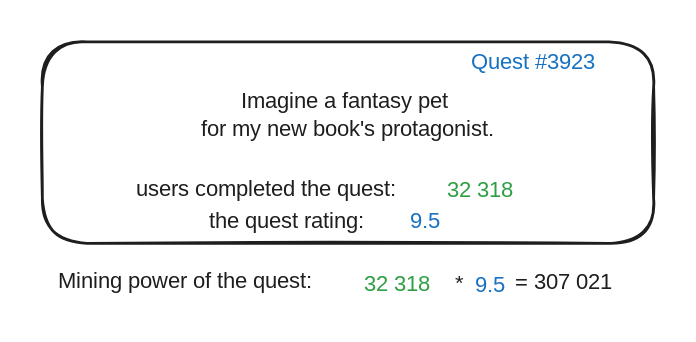
This is .gitbook/assets/file.excalidraw.svg from Questfall/docs, a Excalidraw export, as it was before one commit. Source tidied: one line per element, renumbered; positions are measured from the earlier drawing's top-left corner, leaving out a move shared by most shapes. Source of this version:
```json
{"id": 0, "type": "rectangle", "strokeColor": "#1e1e1e", "strokeWidth": 2, "roughness": 1, "round": true, "x": 0, "y": 0, "width": 437, "height": 144}
{"id": 1, "type": "text", "text": "users completed the quest:", "strokeColor": "#1e1e1e", "strokeWidth": 2, "roughness": 1, "fontSize": 16, "fontFamily": 1, "x": 67, "y": 96, "width": 215, "height": 20}
{"id": 2, "type": "text", "text": "Imagine a fantasy pet \nfor my new book's protagonist.", "strokeColor": "#1e1e1e", "strokeWidth": 2, "roughness": 1, "fontSize": 16, "fontFamily": 1, "textAlign": "center", "x": 99, "y": 33, "width": 239, "height": 40}
{"id": 3, "type": "text", "text": "the quest rating:", "strokeColor": "#1e1e1e", "strokeWidth": 2, "roughness": 1, "fontSize": 16, "fontFamily": 1, "x": 119, "y": 118, "width": 135, "height": 20}
{"id": 4, "type": "text", "text": "32 318", "strokeColor": "#2f9e44", "strokeWidth": 2, "roughness": 1, "fontSize": 16, "fontFamily": 1, "x": 289, "y": 96, "width": 58, "height": 20}
{"id": 5, "type": "text", "text": "9.5", "strokeColor": "#1971c2", "strokeWidth": 2, "roughness": 1, "fontSize": 16, "fontFamily": 1, "x": 263, "y": 118, "width": 24, "height": 20}
{"id": 6, "type": "text", "text": "Mining power of the quest:", "strokeColor": "#1e1e1e", "strokeWidth": 2, "roughness": 1, "fontSize": 16, "fontFamily": 1, "x": 11, "y": 162, "width": 207, "height": 20}
{"id": 7, "type": "text", "text": "Quest #3923", "strokeColor": "#1971c2", "strokeWidth": 2, "roughness": 1, "fontSize": 16, "fontFamily": 1, "textAlign": "center", "x": 296, "y": 5, "width": 111, "height": 20}
{"id": 8, "type": "text", "text": "32 318", "strokeColor": "#2f9e44", "strokeWidth": 2, "roughness": 1, "fontSize": 16, "fontFamily": 1, "x": 230, "y": 164, "width": 58, "height": 20}
{"id": 9, "type": "text", "text": "*", "strokeColor": "#1e1e1e", "strokeWidth": 2, "roughness": 1, "fontSize": 16, "fontFamily": 1, "x": 295, "y": 164, "width": 8, "height": 20}
{"id": 10, "type": "text", "text": "9.5", "strokeColor": "#1971c2", "strokeWidth": 2, "roughness": 1, "fontSize": 16, "fontFamily": 1, "x": 309, "y": 164, "width": 24, "height": 20}
{"id": 11, "type": "text", "text": "= 307 021", "strokeColor": "#1e1e1e", "strokeWidth": 2, "roughness": 1, "fontSize": 16, "fontFamily": 1, "x": 338, "y": 162, "width": 83, "height": 20}
```
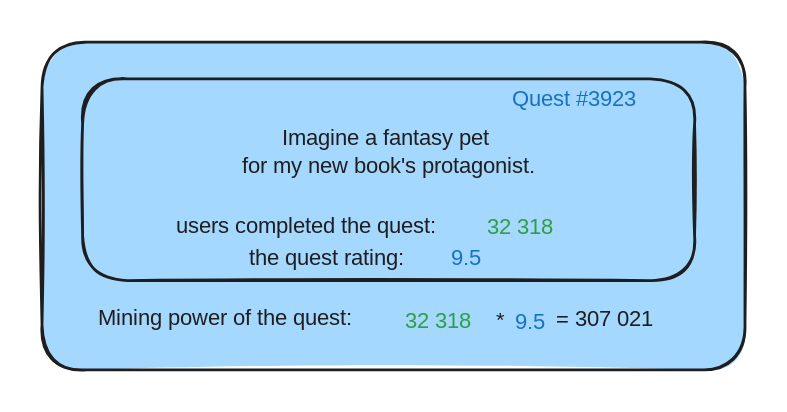
The same file after the commit.

Commit message:
GITBOOK-105: No subject

Change to the diagram source:
```diff
@@ -1,3 +1,4 @@
+{"id": 12, "type": "rectangle", "strokeColor": "#1e1e1e", "backgroundColor": "#a5d8ff", "fillStyle": "solid", "strokeWidth": 2, "roughness": 1, "round": true, "x": -29, "y": -26, "width": 502, "height": 234}
 {"id": 0, "type": "rectangle", "strokeColor": "#1e1e1e", "strokeWidth": 2, "roughness": 1, "round": true, "x": 0, "y": 0, "width": 437, "height": 144}
 {"id": 1, "type": "text", "text": "users completed the quest:", "strokeColor": "#1e1e1e", "strokeWidth": 2, "roughness": 1, "fontSize": 16, "fontFamily": 1, "x": 67, "y": 96, "width": 215, "height": 20}
 {"id": 2, "type": "text", "text": "Imagine a fantasy pet \nfor my new book's protagonist.", "strokeColor": "#1e1e1e", "strokeWidth": 2, "roughness": 1, "fontSize": 16, "fontFamily": 1, "textAlign": "center", "x": 99, "y": 33, "width": 239, "height": 40}
```
